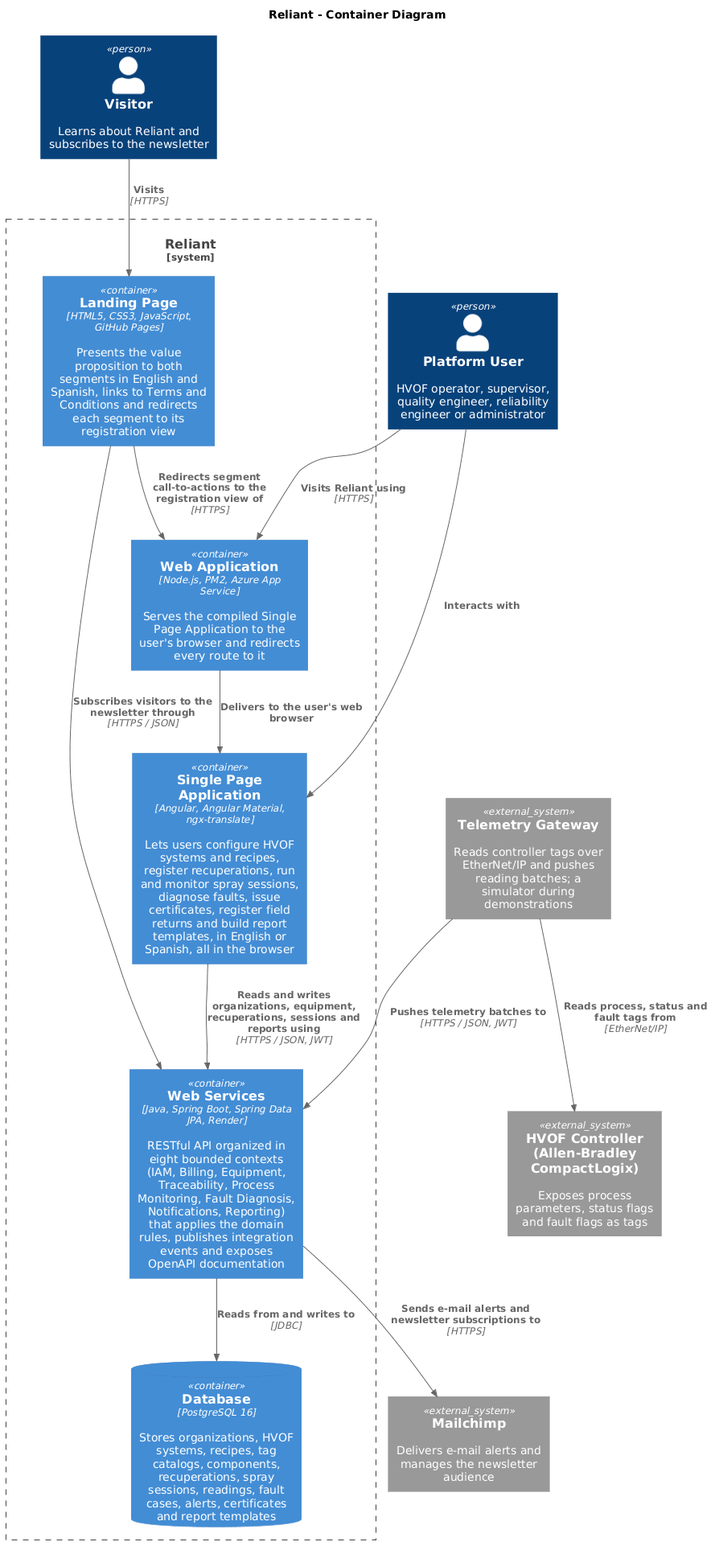
Earlier version of the PlantUML export assets/img/4.chapter-iv/4.6.domain-driven-software-architecture/4.6.3.software-architecture-container-diagrams/Containers-Reliant___Container_Diagram.png (upc-pre-202620-1asi0729-7753-innovacorp/reliant-report). The source it was exported from:
```plantuml
@startuml
!includeurl https://raw.githubusercontent.com/plantuml-stdlib/C4-PlantUML/master/C4_Container.puml

title Reliant - Container Diagram

Person(visitor, "Visitor", "Learns about Reliant and subscribes to the newsletter")
Person(user, "Platform User", "HVOF operator, supervisor, quality engineer, reliability engineer or administrator")
System_Ext(plc, "HVOF Controller (Allen-Bradley CompactLogix)", "Exposes process parameters, status flags and fault flags as tags")
System_Ext(gateway, "Telemetry Gateway", "Reads controller tags over EtherNet/IP and pushes reading batches; a simulator during demonstrations")
System_Ext(mailchimp, "Mailchimp", "Delivers e-mail alerts and manages the newsletter audience")

System_Boundary(reliant, "Reliant") {
    Container(landing, "Landing Page", "HTML5, CSS3, JavaScript, GitHub Pages", "Presents the value proposition to both segments in English and Spanish, links to Terms and Conditions and redirects each segment to its registration view")
    Container(webapp, "Web Application", "Node.js, PM2, Azure App Service", "Serves the compiled Single Page Application to the user's browser and redirects every route to it")
    Container(spa, "Single Page Application", "Angular, Angular Material, ngx-translate", "Lets users configure HVOF systems and recipes, register recuperations, run and monitor spray sessions, diagnose faults, issue certificates, register field returns and build report templates, in English or Spanish, all in the browser")
    Container(api, "Web Services", "Java, Spring Boot, Spring Data JPA, Render", "RESTful API organized in eight bounded contexts (IAM, Billing, Equipment, Traceability, Process Monitoring, Fault Diagnosis, Notifications, Reporting) that applies the domain rules, publishes integration events and exposes OpenAPI documentation")
    ContainerDb(db, "Database", "PostgreSQL 16", "Stores organizations, HVOF systems, recipes, tag catalogs, components, recuperations, spray sessions, readings, fault cases, alerts, certificates and report templates")
}

Rel(visitor, landing, "Visits", "HTTPS")
Rel(landing, webapp, "Redirects segment call-to-actions to the registration view of", "HTTPS")
Rel(landing, api, "Subscribes visitors to the newsletter through", "HTTPS / JSON")
Rel(user, webapp, "Visits Reliant using", "HTTPS")
Rel(webapp, spa, "Delivers to the user's web browser")
Rel(user, spa, "Interacts with")
Rel(spa, api, "Reads and writes organizations, equipment, recuperations, sessions and reports using", "HTTPS / JSON, JWT")
Rel(api, db, "Reads from and writes to", "JDBC")
Rel(gateway, plc, "Reads process, status and fault tags from", "EtherNet/IP")
Rel(gateway, api, "Pushes telemetry batches to", "HTTPS / JSON, JWT")
Rel(api, mailchimp, "Sends e-mail alerts and newsletter subscriptions to", "HTTPS")
@enduml
```
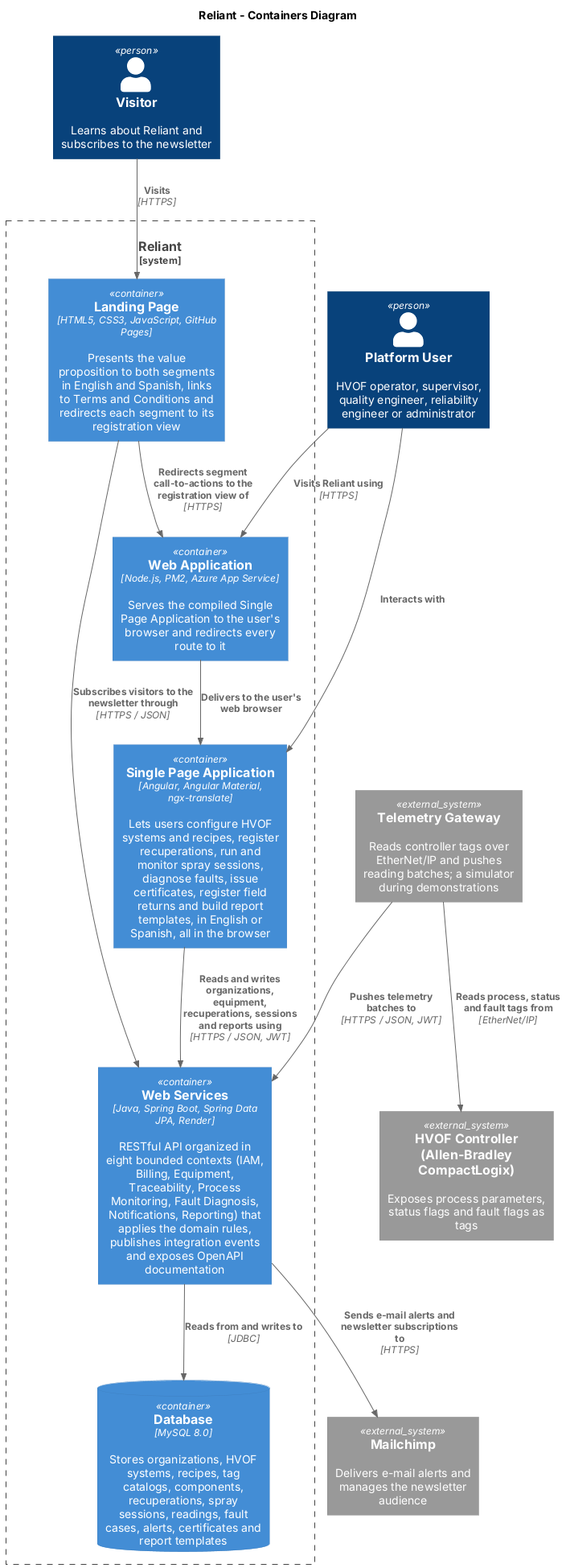
Later version of the same file.

Diff of the diagram source:
```diff
@@ -1,7 +1,7 @@
-@startuml
+@startuml "Containers"
 !includeurl https://raw.githubusercontent.com/plantuml-stdlib/C4-PlantUML/master/C4_Container.puml
 
-title Reliant - Container Diagram
+title Reliant - Containers Diagram
 
 Person(visitor, "Visitor", "Learns about Reliant and subscribes to the newsletter")
 Person(user, "Platform User", "HVOF operator, supervisor, quality engineer, reliability engineer or administrator")
@@ -14,7 +14,7 @@
     Container(webapp, "Web Application", "Node.js, PM2, Azure App Service", "Serves the compiled Single Page Application to the user's browser and redirects every route to it")
     Container(spa, "Single Page Application", "Angular, Angular Material, ngx-translate", "Lets users configure HVOF systems and recipes, register recuperations, run and monitor spray sessions, diagnose faults, issue certificates, register field returns and build report templates, in English or Spanish, all in the browser")
     Container(api, "Web Services", "Java, Spring Boot, Spring Data JPA, Render", "RESTful API organized in eight bounded contexts (IAM, Billing, Equipment, Traceability, Process Monitoring, Fault Diagnosis, Notifications, Reporting) that applies the domain rules, publishes integration events and exposes OpenAPI documentation")
-    ContainerDb(db, "Database", "PostgreSQL 16", "Stores organizations, HVOF systems, recipes, tag catalogs, components, recuperations, spray sessions, readings, fault cases, alerts, certificates and report templates")
+    ContainerDb(db, "Database", "MySQL 8.0", "Stores organizations, HVOF systems, recipes, tag catalogs, components, recuperations, spray sessions, readings, fault cases, alerts, certificates and report templates")
 }
 
 Rel(visitor, landing, "Visits", "HTTPS")
```
